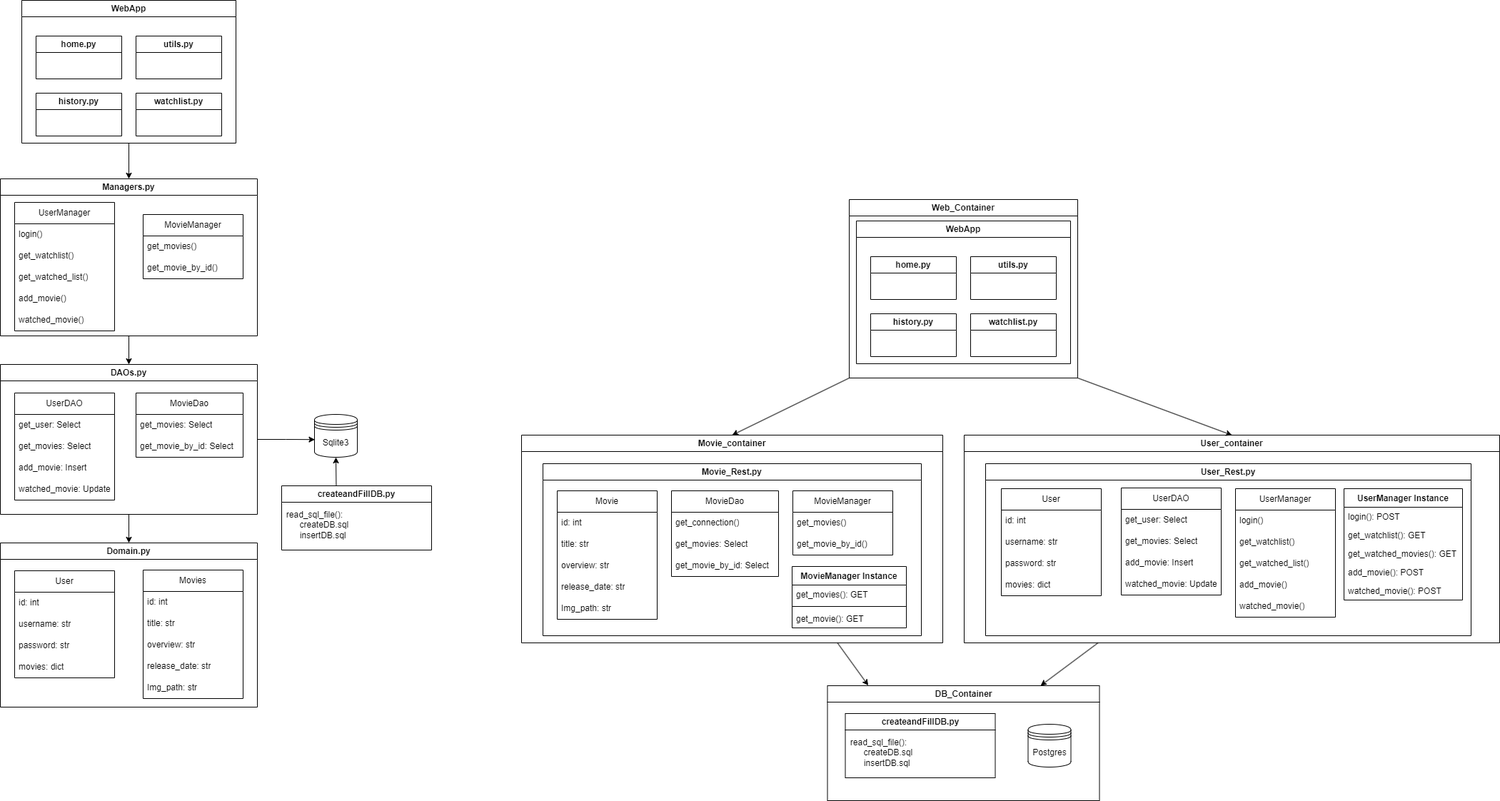
This is img/Monolith_and_Microservice.png from kathi-munk/clc3-project, a draw.io export, as it was before one commit. Source tidied: cells renumbered, new cells last; positions are measured from the earlier drawing's top-left corner, leaving out a move shared by most shapes.
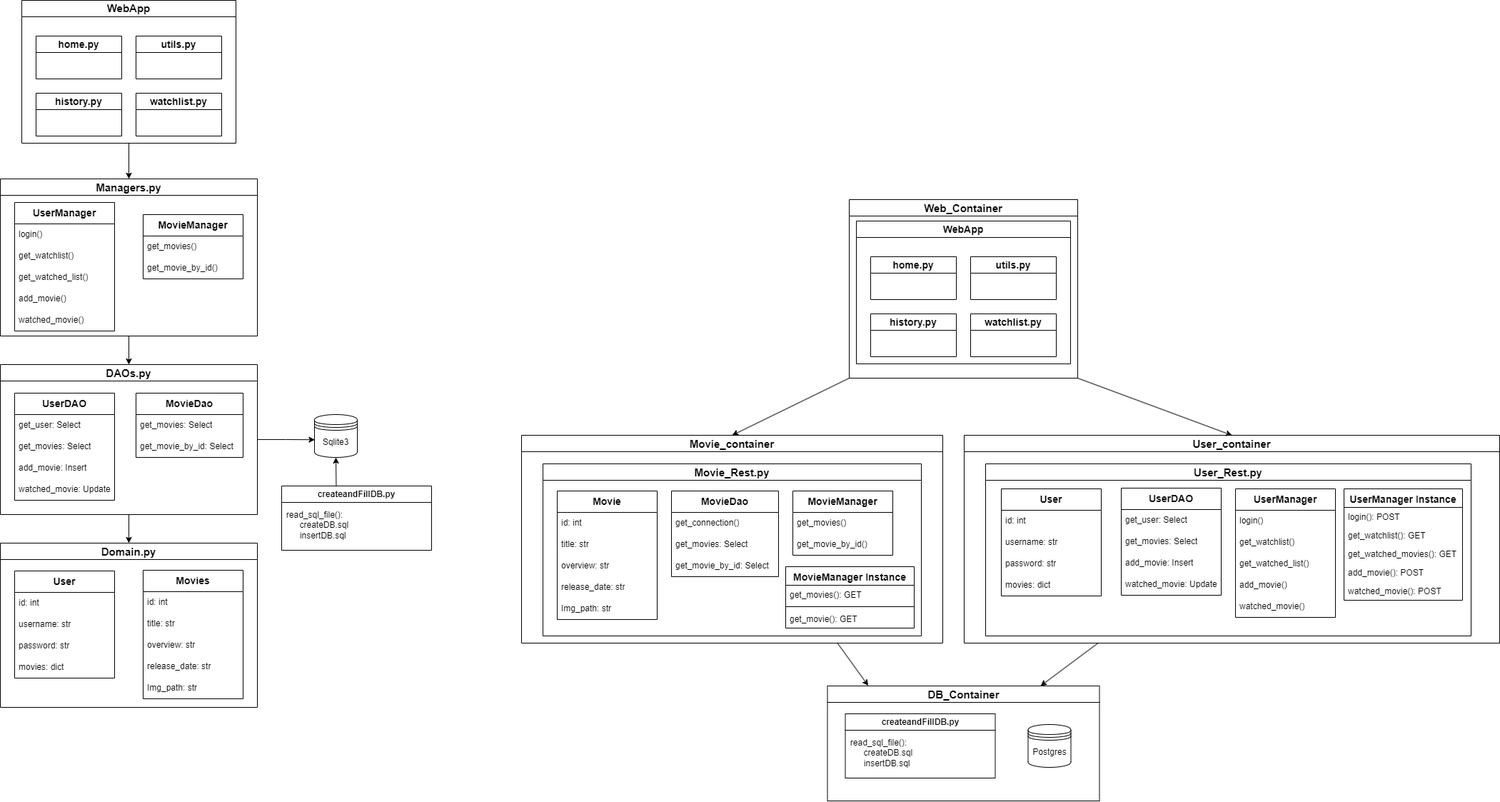
Above is the later version.

Change to the diagram source:
```diff
@@ -7,6 +7,6 @@
     </mxCell>
-    <mxCell id="3" value="DAOs.py" style="swimlane;whiteSpace=wrap;html=1;" parent="1" vertex="1">
+    <mxCell id="3" value="&lt;font style=&quot;font-size: 15px;&quot;&gt;DAOs.py&lt;/font&gt;" style="swimlane;whiteSpace=wrap;html=1;" parent="1" vertex="1">
       <mxGeometry y="510" width="360" height="210" as="geometry" />
     </mxCell>
-    <mxCell id="4" value="MovieDao" style="swimlane;fontStyle=0;horizontal=1;startSize=30;whiteSpace=wrap;html=1;" parent="3" vertex="1">
+    <mxCell id="4" value="&lt;font style=&quot;font-size: 14px;&quot;&gt;&lt;b&gt;MovieDao&lt;/b&gt;&lt;/font&gt;" style="swimlane;fontStyle=0;horizontal=1;startSize=30;whiteSpace=wrap;html=1;" parent="3" vertex="1">
       <mxGeometry x="190" y="40" width="150" height="90" as="geometry" />
@@ -19,3 +19,3 @@
     </mxCell>
-    <mxCell id="7" value="UserDAO" style="swimlane;fontStyle=0;horizontal=1;startSize=30;whiteSpace=wrap;html=1;" parent="3" vertex="1">
+    <mxCell id="7" value="&lt;font style=&quot;font-size: 14px;&quot;&gt;&lt;b&gt;UserDAO&lt;/b&gt;&lt;/font&gt;" style="swimlane;fontStyle=0;horizontal=1;startSize=30;whiteSpace=wrap;html=1;" parent="3" vertex="1">
       <mxGeometry x="20" y="40" width="140" height="150" as="geometry" />
@@ -34,3 +34,3 @@
     </mxCell>
-    <mxCell id="12" value="MovieManager" style="swimlane;fontStyle=0;horizontal=1;startSize=30;whiteSpace=wrap;html=1;" parent="1" vertex="1">
+    <mxCell id="12" value="&lt;font style=&quot;font-size: 14px;&quot;&gt;&lt;b&gt;MovieManager&lt;/b&gt;&lt;/font&gt;" style="swimlane;fontStyle=0;horizontal=1;startSize=30;whiteSpace=wrap;html=1;" parent="1" vertex="1">
       <mxGeometry x="200" y="300" width="140" height="90" as="geometry" />
@@ -43,6 +43,6 @@
     </mxCell>
-    <mxCell id="15" value="Managers.py" style="swimlane;whiteSpace=wrap;html=1;" parent="1" vertex="1">
+    <mxCell id="15" value="&lt;font style=&quot;font-size: 15px;&quot;&gt;Managers.py&lt;/font&gt;" style="swimlane;whiteSpace=wrap;html=1;" parent="1" vertex="1">
       <mxGeometry y="250" width="360" height="220" as="geometry" />
     </mxCell>
-    <mxCell id="16" value="UserManager" style="swimlane;fontStyle=0;horizontal=1;startSize=30;whiteSpace=wrap;html=1;" parent="15" vertex="1">
+    <mxCell id="16" value="&lt;font style=&quot;font-size: 14px;&quot;&gt;&lt;b&gt;UserManager&lt;/b&gt;&lt;/font&gt;" style="swimlane;fontStyle=0;horizontal=1;startSize=30;whiteSpace=wrap;html=1;" parent="15" vertex="1">
       <mxGeometry x="20" y="33" width="140" height="180" as="geometry" />
@@ -64,3 +64,3 @@
     </mxCell>
-    <mxCell id="22" value="Movies" style="swimlane;fontStyle=0;horizontal=1;startSize=30;whiteSpace=wrap;html=1;" parent="1" vertex="1">
+    <mxCell id="22" value="&lt;font style=&quot;font-size: 14px;&quot;&gt;&lt;b&gt;Movies&lt;/b&gt;&lt;/font&gt;" style="swimlane;fontStyle=0;horizontal=1;startSize=30;whiteSpace=wrap;html=1;" parent="1" vertex="1">
       <mxGeometry x="200" y="798" width="140" height="180" as="geometry" />
@@ -82,6 +82,6 @@
     </mxCell>
-    <mxCell id="28" value="Domain.py" style="swimlane;whiteSpace=wrap;html=1;startSize=23;" parent="1" vertex="1">
+    <mxCell id="28" value="&lt;font style=&quot;font-size: 15px;&quot;&gt;Domain.py&lt;/font&gt;" style="swimlane;whiteSpace=wrap;html=1;startSize=23;" parent="1" vertex="1">
       <mxGeometry y="760" width="360" height="230" as="geometry" />
     </mxCell>
-    <mxCell id="29" value="User" style="swimlane;fontStyle=0;horizontal=1;startSize=30;whiteSpace=wrap;html=1;" parent="28" vertex="1">
+    <mxCell id="29" value="&lt;font style=&quot;font-size: 14px;&quot;&gt;&lt;b&gt;User&lt;/b&gt;&lt;/font&gt;" style="swimlane;fontStyle=0;horizontal=1;startSize=30;whiteSpace=wrap;html=1;" parent="28" vertex="1">
       <mxGeometry x="20" y="39" width="140" height="150" as="geometry" />
@@ -106,15 +106,15 @@
     </mxCell>
-    <mxCell id="36" value="history.py" style="swimlane;whiteSpace=wrap;html=1;" parent="1" vertex="1">
+    <mxCell id="36" value="&lt;font style=&quot;font-size: 14px;&quot;&gt;history.py&lt;/font&gt;" style="swimlane;whiteSpace=wrap;html=1;" parent="1" vertex="1">
       <mxGeometry x="50" y="130" width="120" height="60" as="geometry" />
     </mxCell>
-    <mxCell id="37" value="watchlist.py" style="swimlane;whiteSpace=wrap;html=1;" parent="1" vertex="1">
+    <mxCell id="37" value="&lt;font style=&quot;font-size: 14px;&quot;&gt;watchlist.py&lt;/font&gt;" style="swimlane;whiteSpace=wrap;html=1;startSize=23;" parent="1" vertex="1">
       <mxGeometry x="190" y="130" width="120" height="60" as="geometry" />
     </mxCell>
-    <mxCell id="38" value="home.py" style="swimlane;whiteSpace=wrap;html=1;" parent="1" vertex="1">
+    <mxCell id="38" value="&lt;font style=&quot;font-size: 14px;&quot;&gt;home.py&lt;/font&gt;" style="swimlane;whiteSpace=wrap;html=1;" parent="1" vertex="1">
       <mxGeometry x="50" y="50" width="120" height="60" as="geometry" />
     </mxCell>
-    <mxCell id="39" value="utils.py" style="swimlane;whiteSpace=wrap;html=1;" parent="1" vertex="1">
+    <mxCell id="39" value="&lt;font style=&quot;font-size: 14px;&quot;&gt;utils.py&lt;/font&gt;" style="swimlane;whiteSpace=wrap;html=1;" parent="1" vertex="1">
       <mxGeometry x="190" y="50" width="120" height="60" as="geometry" />
     </mxCell>
-    <mxCell id="40" value="WebApp" style="swimlane;whiteSpace=wrap;html=1;" parent="1" vertex="1">
+    <mxCell id="40" value="&lt;font style=&quot;font-size: 15px;&quot;&gt;WebApp&lt;/font&gt;" style="swimlane;whiteSpace=wrap;html=1;" parent="1" vertex="1">
       <mxGeometry x="30" width="300" height="200" as="geometry" />
@@ -127,6 +127,6 @@
     </mxCell>
-    <mxCell id="42" value="Movie_Rest.py" style="swimlane;whiteSpace=wrap;html=1;startSize=23;" parent="1" vertex="1">
+    <mxCell id="42" value="&lt;font style=&quot;font-size: 15px;&quot;&gt;Movie_Rest.py&lt;/font&gt;" style="swimlane;whiteSpace=wrap;html=1;startSize=23;" parent="1" vertex="1">
       <mxGeometry x="760" y="649" width="530" height="241" as="geometry" />
     </mxCell>
-    <mxCell id="43" value="MovieDao" style="swimlane;fontStyle=0;horizontal=1;startSize=30;whiteSpace=wrap;html=1;" parent="42" vertex="1">
+    <mxCell id="43" value="&lt;b&gt;&lt;font style=&quot;font-size: 14px;&quot;&gt;MovieDao&lt;/font&gt;&lt;/b&gt;" style="swimlane;fontStyle=0;horizontal=1;startSize=30;whiteSpace=wrap;html=1;" parent="42" vertex="1">
       <mxGeometry x="180" y="38" width="150" height="120" as="geometry" />
@@ -142,3 +142,3 @@
     </mxCell>
-    <mxCell id="47" value="MovieManager" style="swimlane;fontStyle=0;horizontal=1;startSize=30;whiteSpace=wrap;html=1;" parent="42" vertex="1">
+    <mxCell id="47" value="&lt;b&gt;&lt;font style=&quot;font-size: 14px;&quot;&gt;MovieManager&lt;/font&gt;&lt;/b&gt;" style="swimlane;fontStyle=0;horizontal=1;startSize=30;whiteSpace=wrap;html=1;" parent="42" vertex="1">
       <mxGeometry x="350" y="38" width="140" height="90" as="geometry" />
@@ -151,3 +151,3 @@
     </mxCell>
-    <mxCell id="50" value="Movie" style="swimlane;fontStyle=0;horizontal=1;startSize=30;whiteSpace=wrap;html=1;" parent="42" vertex="1">
+    <mxCell id="50" value="&lt;b&gt;&lt;font style=&quot;font-size: 14px;&quot;&gt;Movie&lt;/font&gt;&lt;/b&gt;" style="swimlane;fontStyle=0;horizontal=1;startSize=30;whiteSpace=wrap;html=1;" parent="42" vertex="1">
       <mxGeometry x="20" y="38" width="140" height="180" as="geometry" />
@@ -169,24 +169,24 @@
     </mxCell>
-    <mxCell id="56" value="Movie_container" style="swimlane;whiteSpace=wrap;html=1;" parent="1" vertex="1">
+    <mxCell id="56" value="&lt;font style=&quot;font-size: 15px;&quot;&gt;Movie_container&lt;/font&gt;" style="swimlane;whiteSpace=wrap;html=1;" parent="1" vertex="1">
       <mxGeometry x="730" y="609" width="590" height="291" as="geometry" />
     </mxCell>
-    <mxCell id="57" value="MovieManager Instance" style="swimlane;fontStyle=1;align=center;verticalAlign=top;horizontal=1;startSize=26;whiteSpace=wrap;html=1;" parent="1" vertex="1">
-      <mxGeometry x="1109" y="793" width="160" height="86" as="geometry" />
+    <mxCell id="57" value="&lt;font style=&quot;font-size: 14px;&quot;&gt;MovieManager Instance&lt;/font&gt;" style="swimlane;fontStyle=1;align=center;verticalAlign=top;horizontal=1;startSize=26;whiteSpace=wrap;html=1;" parent="1" vertex="1">
+      <mxGeometry x="1100" y="793" width="180" height="86" as="geometry" />
     </mxCell>
     <mxCell id="58" value="get_movies(): GET" style="text;strokeColor=none;fillColor=none;align=left;verticalAlign=top;spacingLeft=4;spacingRight=4;overflow=hidden;whiteSpace=wrap;html=1;" parent="57" vertex="1">
-      <mxGeometry y="26" width="160" height="26" as="geometry" />
+      <mxGeometry y="26" width="180" height="26" as="geometry" />
     </mxCell>
     <mxCell id="59" style="line;strokeWidth=1;fillColor=none;align=left;verticalAlign=middle;spacingTop=-1;spacingLeft=3;spacingRight=3;labelPosition=right;strokeColor=inherit;" parent="57" vertex="1">
-      <mxGeometry y="52" width="160" height="8" as="geometry" />
+      <mxGeometry y="52" width="180" height="8" as="geometry" />
     </mxCell>
     <mxCell id="60" value="get_movie(): GET" style="text;strokeColor=none;fillColor=none;align=left;verticalAlign=top;spacingLeft=4;spacingRight=4;overflow=hidden;whiteSpace=wrap;html=1;" parent="57" vertex="1">
-      <mxGeometry y="60" width="160" height="26" as="geometry" />
+      <mxGeometry y="60" width="180" height="26" as="geometry" />
     </mxCell>
-    <mxCell id="61" value="User_Rest.py" style="swimlane;whiteSpace=wrap;html=1;startSize=23;" parent="1" vertex="1">
+    <mxCell id="61" value="&lt;font style=&quot;font-size: 15px;&quot;&gt;User_Rest.py&lt;/font&gt;" style="swimlane;whiteSpace=wrap;html=1;startSize=23;" parent="1" vertex="1">
       <mxGeometry x="1380" y="649" width="680" height="241" as="geometry" />
     </mxCell>
-    <mxCell id="62" value="User_container" style="swimlane;whiteSpace=wrap;html=1;" parent="1" vertex="1">
+    <mxCell id="62" value="&lt;font style=&quot;font-size: 15px;&quot;&gt;User_container&lt;/font&gt;" style="swimlane;whiteSpace=wrap;html=1;" parent="1" vertex="1">
       <mxGeometry x="1350" y="609" width="750" height="291" as="geometry" />
     </mxCell>
-    <mxCell id="63" value="UserDAO" style="swimlane;fontStyle=0;horizontal=1;startSize=30;whiteSpace=wrap;html=1;" parent="62" vertex="1">
+    <mxCell id="63" value="&lt;b&gt;&lt;font style=&quot;font-size: 14px;&quot;&gt;UserDAO&lt;/font&gt;&lt;/b&gt;" style="swimlane;fontStyle=0;horizontal=1;startSize=30;whiteSpace=wrap;html=1;" parent="62" vertex="1">
       <mxGeometry x="220" y="74" width="140" height="150" as="geometry" />
@@ -205,3 +205,3 @@
     </mxCell>
-    <mxCell id="68" value="User" style="swimlane;fontStyle=0;horizontal=1;startSize=30;whiteSpace=wrap;html=1;" parent="62" vertex="1">
+    <mxCell id="68" value="&lt;b&gt;&lt;font style=&quot;font-size: 14px;&quot;&gt;User&lt;/font&gt;&lt;/b&gt;" style="swimlane;fontStyle=0;horizontal=1;startSize=30;whiteSpace=wrap;html=1;" parent="62" vertex="1">
       <mxGeometry x="52" y="75" width="140" height="150" as="geometry" />
@@ -220,3 +220,3 @@
     </mxCell>
-    <mxCell id="73" value="UserManager" style="swimlane;fontStyle=0;horizontal=1;startSize=30;whiteSpace=wrap;html=1;" parent="62" vertex="1">
+    <mxCell id="73" value="&lt;b&gt;&lt;font style=&quot;font-size: 14px;&quot;&gt;UserManager&lt;/font&gt;&lt;/b&gt;" style="swimlane;fontStyle=0;horizontal=1;startSize=30;whiteSpace=wrap;html=1;" parent="62" vertex="1">
       <mxGeometry x="380" y="75" width="140" height="180" as="geometry" />
@@ -238,3 +238,3 @@
     </mxCell>
-    <mxCell id="79" value="UserManager Instance" style="swimlane;fontStyle=1;align=center;verticalAlign=top;horizontal=1;startSize=26;whiteSpace=wrap;html=1;" parent="62" vertex="1">
+    <mxCell id="79" value="&lt;font style=&quot;font-size: 14px;&quot;&gt;UserManager Instance&lt;/font&gt;" style="swimlane;fontStyle=1;align=center;verticalAlign=top;horizontal=1;startSize=26;whiteSpace=wrap;html=1;" parent="62" vertex="1">
       <mxGeometry x="532" y="75" width="166" height="156" as="geometry" />
@@ -256,18 +256,18 @@
     </mxCell>
-    <mxCell id="85" value="history.py" style="swimlane;whiteSpace=wrap;html=1;" parent="1" vertex="1">
+    <mxCell id="85" value="&lt;font style=&quot;font-size: 14px;&quot;&gt;history.py&lt;/font&gt;" style="swimlane;whiteSpace=wrap;html=1;" parent="1" vertex="1">
       <mxGeometry x="1219" y="439" width="120" height="60" as="geometry" />
     </mxCell>
-    <mxCell id="86" value="watchlist.py" style="swimlane;whiteSpace=wrap;html=1;" parent="1" vertex="1">
+    <mxCell id="86" value="&lt;font style=&quot;font-size: 14px;&quot;&gt;watchlist.py&lt;/font&gt;" style="swimlane;whiteSpace=wrap;html=1;" parent="1" vertex="1">
       <mxGeometry x="1359" y="439" width="120" height="60" as="geometry" />
     </mxCell>
-    <mxCell id="87" value="home.py" style="swimlane;whiteSpace=wrap;html=1;" parent="1" vertex="1">
+    <mxCell id="87" value="&lt;font style=&quot;font-size: 14px;&quot;&gt;home.py&lt;/font&gt;" style="swimlane;whiteSpace=wrap;html=1;" parent="1" vertex="1">
       <mxGeometry x="1219" y="359" width="120" height="60" as="geometry" />
     </mxCell>
-    <mxCell id="88" value="utils.py" style="swimlane;whiteSpace=wrap;html=1;" parent="1" vertex="1">
+    <mxCell id="88" value="&lt;font style=&quot;font-size: 14px;&quot;&gt;utils.py&lt;/font&gt;" style="swimlane;whiteSpace=wrap;html=1;" parent="1" vertex="1">
       <mxGeometry x="1359" y="359" width="120" height="60" as="geometry" />
     </mxCell>
-    <mxCell id="89" value="WebApp" style="swimlane;whiteSpace=wrap;html=1;" parent="1" vertex="1">
+    <mxCell id="89" value="&lt;font style=&quot;font-size: 14px;&quot;&gt;WebApp&lt;/font&gt;" style="swimlane;whiteSpace=wrap;html=1;" parent="1" vertex="1">
       <mxGeometry x="1199" y="309" width="300" height="200" as="geometry" />
     </mxCell>
-    <mxCell id="90" value="Web_Container" style="swimlane;whiteSpace=wrap;html=1;" parent="1" vertex="1">
+    <mxCell id="90" value="&lt;font style=&quot;font-size: 15px;&quot;&gt;Web_Container&lt;/font&gt;" style="swimlane;whiteSpace=wrap;html=1;" parent="1" vertex="1">
       <mxGeometry x="1189" y="279" width="320" height="250" as="geometry" />
@@ -283,3 +283,3 @@
     </mxCell>
-    <mxCell id="94" value="DB_Container" style="swimlane;whiteSpace=wrap;html=1;" parent="1" vertex="1">
+    <mxCell id="94" value="&lt;font style=&quot;font-size: 15px;&quot;&gt;DB_Container&lt;/font&gt;" style="swimlane;whiteSpace=wrap;html=1;" parent="1" vertex="1">
       <mxGeometry x="1158.5" y="960" width="381" height="161" as="geometry" />
```
